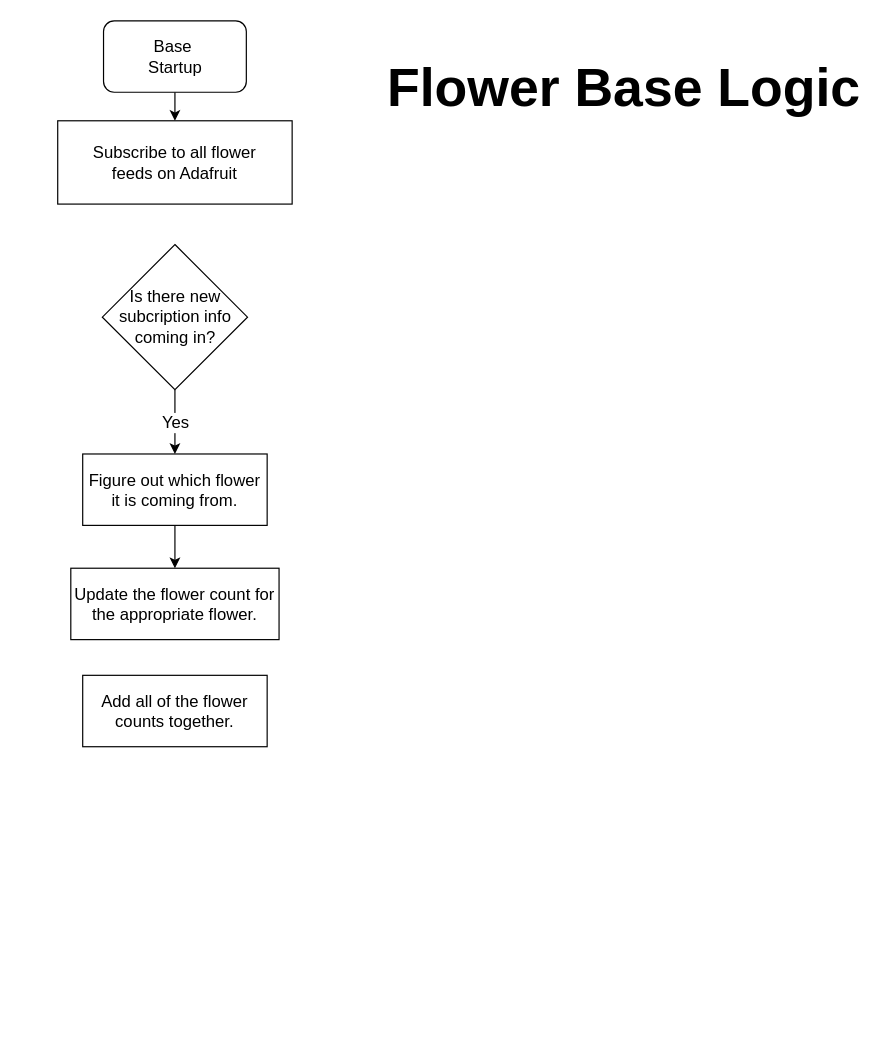
Above: page "BaseLogic" (2 of 3) of Graphics/KindFlowerFlow.drawio in stromberg-DS/KindnessFlower (draw.io), before the change. Source tidied: cells renumbered, new cells numbered last; positions are measured from the earlier drawing's top-left corner, leaving out a move shared by most shapes. Both pictures are drawn from the tidied source at 119%, with x=0, y=0 at pixel (57, 20).
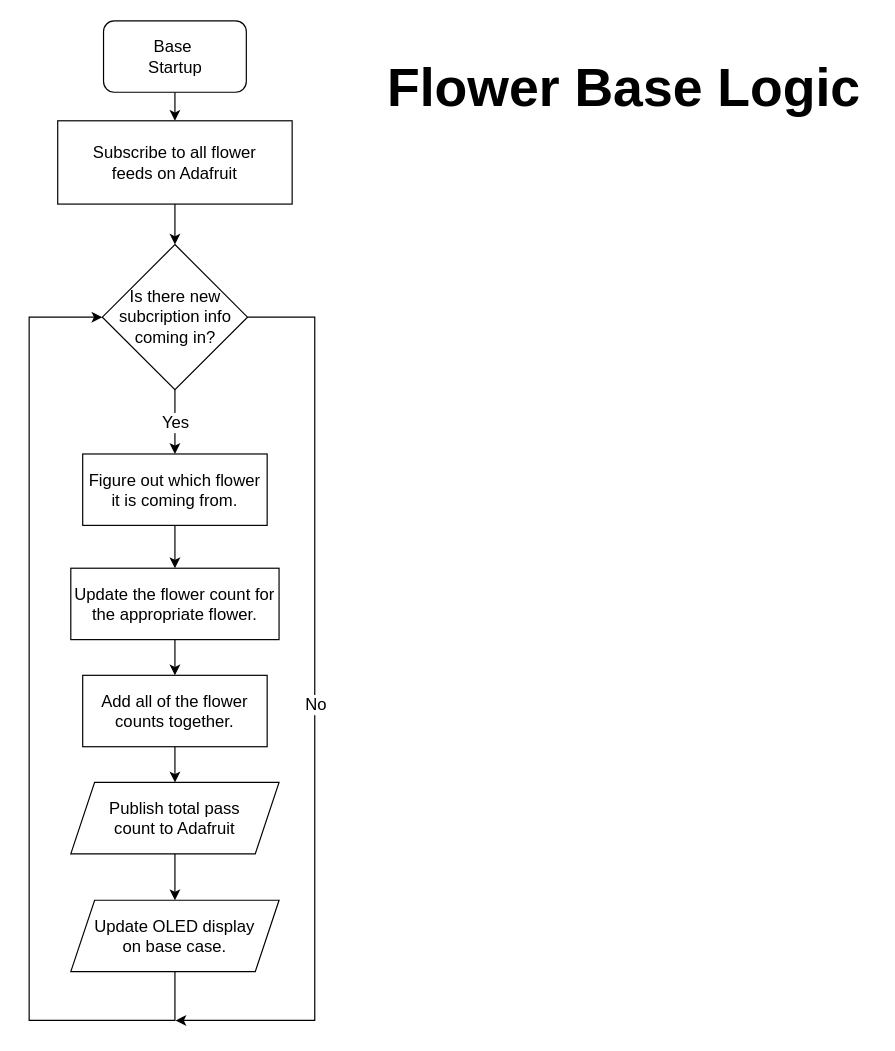
After the change.

The change refers to these unchanged cells:
```xml
<mxCell id="5" value="Subscribe to all flower&lt;div&gt;feeds on Adafruit&lt;/div&gt;" style="rounded=0;whiteSpace=wrap;html=1;fontSize=14;" parent="1" vertex="1">
  <mxGeometry y="84" width="197" height="70" as="geometry" />
</mxCell>
<mxCell id="6" value="Is there new subcription info coming in?" style="rhombus;whiteSpace=wrap;html=1;fontSize=14;rounded=0;" parent="1" vertex="1">
  <mxGeometry x="37.5" y="188" width="122" height="122" as="geometry" />
</mxCell>
<mxCell id="11" value="Update the flower count for the appropriate flower." style="whiteSpace=wrap;html=1;fontSize=14;rounded=0;" parent="1" vertex="1">
  <mxGeometry x="11" y="460" width="175" height="60" as="geometry" />
</mxCell>
<mxCell id="12" value="Add all of the flower counts together." style="whiteSpace=wrap;html=1;fontSize=14;rounded=0;" parent="1" vertex="1">
  <mxGeometry x="21" y="550" width="155" height="60" as="geometry" />
</mxCell>
```

Diff of the diagram source:
```diff
@@
+    <mxCell id="13" style="edgeStyle=orthogonalEdgeStyle;rounded=0;jettySize=auto;html=1;exitX=0.5;exitY=1;exitDx=0;exitDy=0;entryX=0.5;entryY=0;entryDx=0;entryDy=0;" parent="1" edge="1" source="5" target="6">
+      <mxGeometry relative="1" as="geometry" />
+    </mxCell>
@@
+    <mxCell id="14" style="edgeStyle=orthogonalEdgeStyle;rounded=0;jettySize=auto;html=1;exitX=0.5;exitY=1;exitDx=0;exitDy=0;entryX=0.5;entryY=0;entryDx=0;entryDy=0;" parent="1" edge="1" source="11" target="12">
+      <mxGeometry relative="1" as="geometry" />
+    </mxCell>
@@
+    <mxCell id="15" style="edgeStyle=orthogonalEdgeStyle;rounded=0;jettySize=auto;html=1;exitX=0.5;exitY=1;exitDx=0;exitDy=0;entryX=0.5;entryY=0;entryDx=0;entryDy=0;" parent="1" edge="1" source="12" target="17">
+      <mxGeometry relative="1" as="geometry" />
+    </mxCell>
@@
+    <mxCell id="16" style="edgeStyle=orthogonalEdgeStyle;rounded=0;jettySize=auto;html=1;exitX=0.5;exitY=1;exitDx=0;exitDy=0;entryX=0.5;entryY=0;entryDx=0;entryDy=0;" parent="1" edge="1" source="17" target="19">
+      <mxGeometry relative="1" as="geometry" />
+    </mxCell>
+    <mxCell id="17" value="Publish total pass&lt;div&gt;count to Adafruit&lt;/div&gt;" style="shape=parallelogram;perimeter=parallelogramPerimeter;whiteSpace=wrap;html=1;fixedSize=1;fontSize=14;rounded=0;" parent="1" vertex="1">
+      <mxGeometry x="11" y="640" width="175" height="60" as="geometry" />
+    </mxCell>
+    <mxCell id="18" style="edgeStyle=orthogonalEdgeStyle;rounded=0;jettySize=auto;html=1;exitX=0.5;exitY=1;exitDx=0;exitDy=0;entryX=0;entryY=0.5;entryDx=0;entryDy=0;" parent="1" edge="1" source="19" target="6">
+      <mxGeometry relative="1" as="geometry">
+        <Array as="points">
+          <mxPoint x="99" y="840" />
+          <mxPoint x="-24" y="840" />
+          <mxPoint x="-24" y="249" />
+        </Array>
+      </mxGeometry>
+    </mxCell>
+    <mxCell id="19" value="Update OLED display&lt;div&gt;on base case.&lt;/div&gt;" style="shape=parallelogram;perimeter=parallelogramPerimeter;whiteSpace=wrap;html=1;fixedSize=1;fontSize=14;rounded=0;" parent="1" vertex="1">
+      <mxGeometry x="11" y="739" width="175" height="60" as="geometry" />
+    </mxCell>
+    <mxCell id="20" style="endArrow=classic;html=1;rounded=0;exitX=1;exitY=0.5;exitDx=0;exitDy=0;" parent="1" edge="1" source="6">
+      <mxGeometry relative="1" as="geometry">
+        <mxPoint x="99" y="840" as="targetPoint" />
+        <Array as="points">
+          <mxPoint x="216" y="249" />
+          <mxPoint x="216" y="840" />
+        </Array>
+      </mxGeometry>
+    </mxCell>
+    <mxCell id="21" value="&lt;font style=&quot;font-size: 14px;&quot;&gt;No&lt;/font&gt;" style="edgeLabel;html=1;align=center;verticalAlign=middle;" parent="20" vertex="1">
+      <mxGeometry relative="1" as="geometry" />
+    </mxCell>
```
